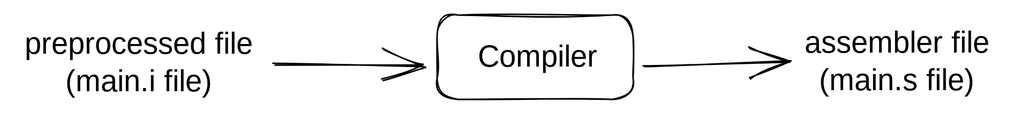
n0irx/n0irx.gitbook.com keeps this Excalidraw diagram as .gitbook/assets/file.excalidraw.svg. Above is the earlier version. Source tidied: one line per element, renumbered; positions are measured from the earlier drawing's top-left corner, leaving out a move shared by most shapes.
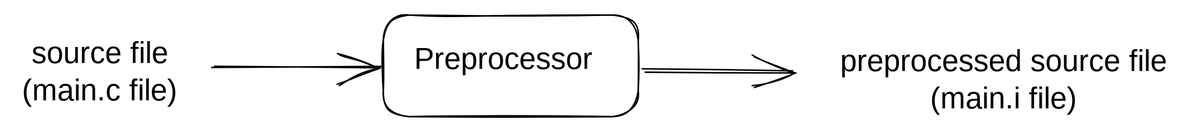
After the change.

Change to the diagram source:
```diff
@@ -1,6 +1,6 @@
-{"id": 0, "type": "text", "text": "Compiler", "strokeColor": "#000000", "strokeWidth": 1, "roughness": 1, "fontSize": 20, "fontFamily": 1, "x": 309, "y": 16, "width": 78, "height": 25}
-{"id": 1, "type": "text", "text": "assembler file\n(main.s file)", "strokeColor": "#000000", "strokeWidth": 1, "roughness": 1, "fontSize": 20, "fontFamily": 1, "textAlign": "center", "x": 520, "y": 7, "width": 135, "height": 50}
-{"id": 2, "type": "text", "text": "preprocessed file\n(main.i file)", "strokeColor": "#000000", "strokeWidth": 1, "roughness": 1, "fontSize": 20, "fontFamily": 1, "textAlign": "center", "x": 0, "y": 8, "width": 165, "height": 50}
-{"id": 3, "type": "arrow", "strokeColor": "#000000", "strokeWidth": 1, "roughness": 1, "endArrowhead": "arrow", "round": true, "from": 2, "to": 4, "x": 174, "y": 34, "width": 98, "height": 1, "points": [[0, 0], [98, 1]]}
-{"id": 4, "type": "rectangle", "strokeColor": "#000000", "strokeWidth": 1, "roughness": 1, "round": true, "x": 281, "y": 0, "width": 131, "height": 56}
-{"id": 5, "type": "arrow", "strokeColor": "#000000", "strokeWidth": 1, "roughness": 1, "endArrowhead": "arrow", "round": true, "from": 4, "to": 1, "x": 419, "y": 33, "width": 98, "height": 2, "points": [[0, 0], [98, -2]]}
+{"id": 6, "type": "rectangle", "strokeColor": "#000000", "strokeWidth": 1, "roughness": 1, "round": true, "x": 460, "y": 0, "width": 170, "height": 68}
+{"id": 7, "type": "text", "text": "Preprocessor", "strokeColor": "#000000", "strokeWidth": 1, "roughness": 1, "fontSize": 20, "fontFamily": 1, "x": 480, "y": 18, "width": 127, "height": 25}
+{"id": 8, "type": "arrow", "strokeColor": "#000000", "strokeWidth": 1, "roughness": 1, "endArrowhead": "arrow", "round": true, "to": 6, "x": 346, "y": 34, "width": 111, "height": 1, "points": [[0, 0], [111, 1]]}
+{"id": 9, "type": "arrow", "strokeColor": "#000000", "strokeWidth": 1, "roughness": 1, "endArrowhead": "arrow", "round": true, "x": 633, "y": 36, "width": 101, "height": 1, "points": [[0, 0], [101, 1]]}
+{"id": 10, "type": "text", "text": "preprocessed source file\n(main.i file)", "strokeColor": "#000000", "strokeWidth": 1, "roughness": 1, "fontSize": 20, "fontFamily": 1, "textAlign": "center", "x": 754, "y": 19, "width": 238, "height": 50}
+{"id": 11, "type": "text", "text": "source file\n(main.c file)", "strokeColor": "#000000", "strokeWidth": 1, "roughness": 1, "fontSize": 20, "fontFamily": 1, "textAlign": "center", "x": 214, "y": 14, "width": 113, "height": 50}
```
